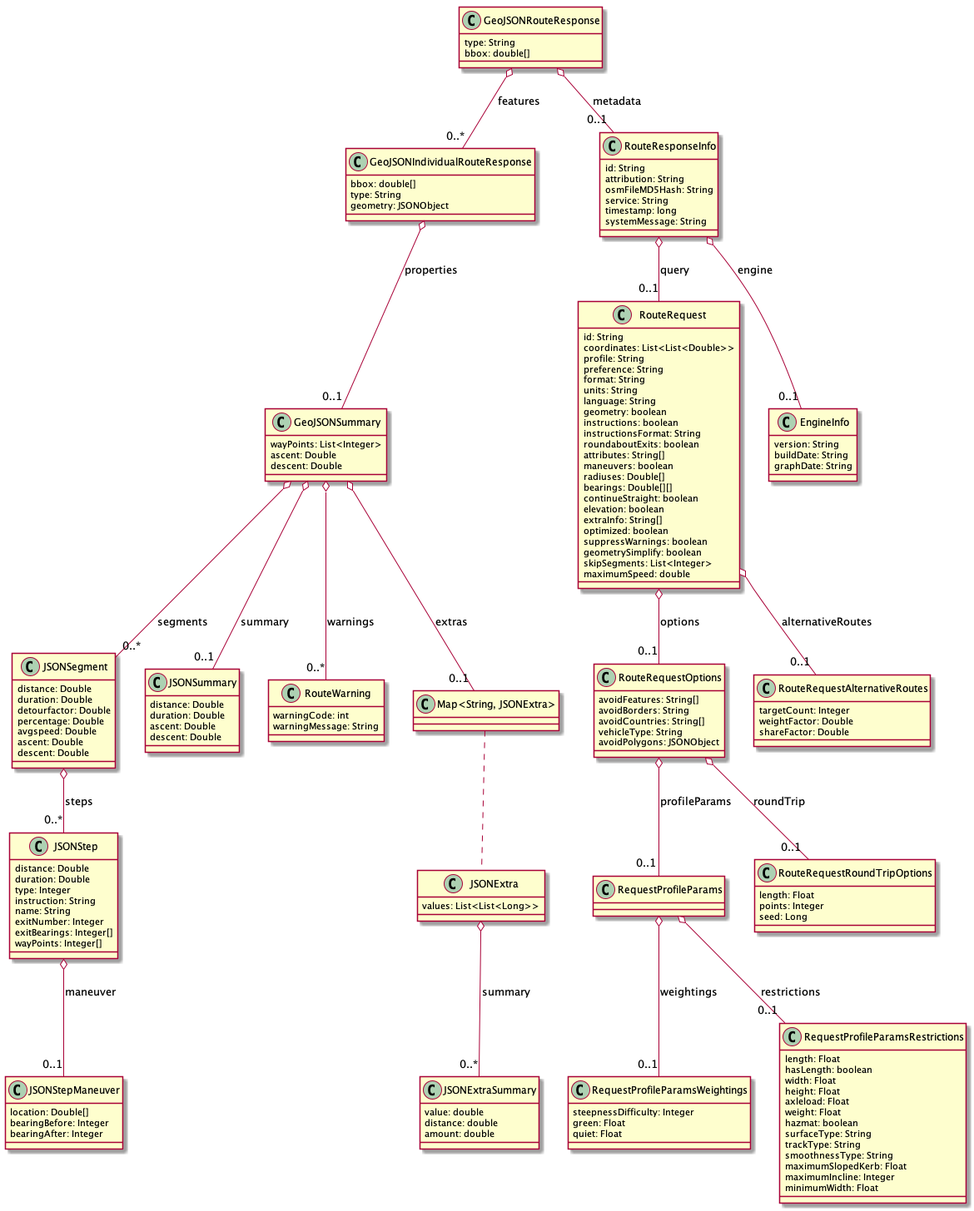
fahrgemeinschaft/ride-to-gtfs-converter keeps this PlantUML diagram as documentation/images/class_diagrams/routing_ors_response_model.png. Above is the earlier version.
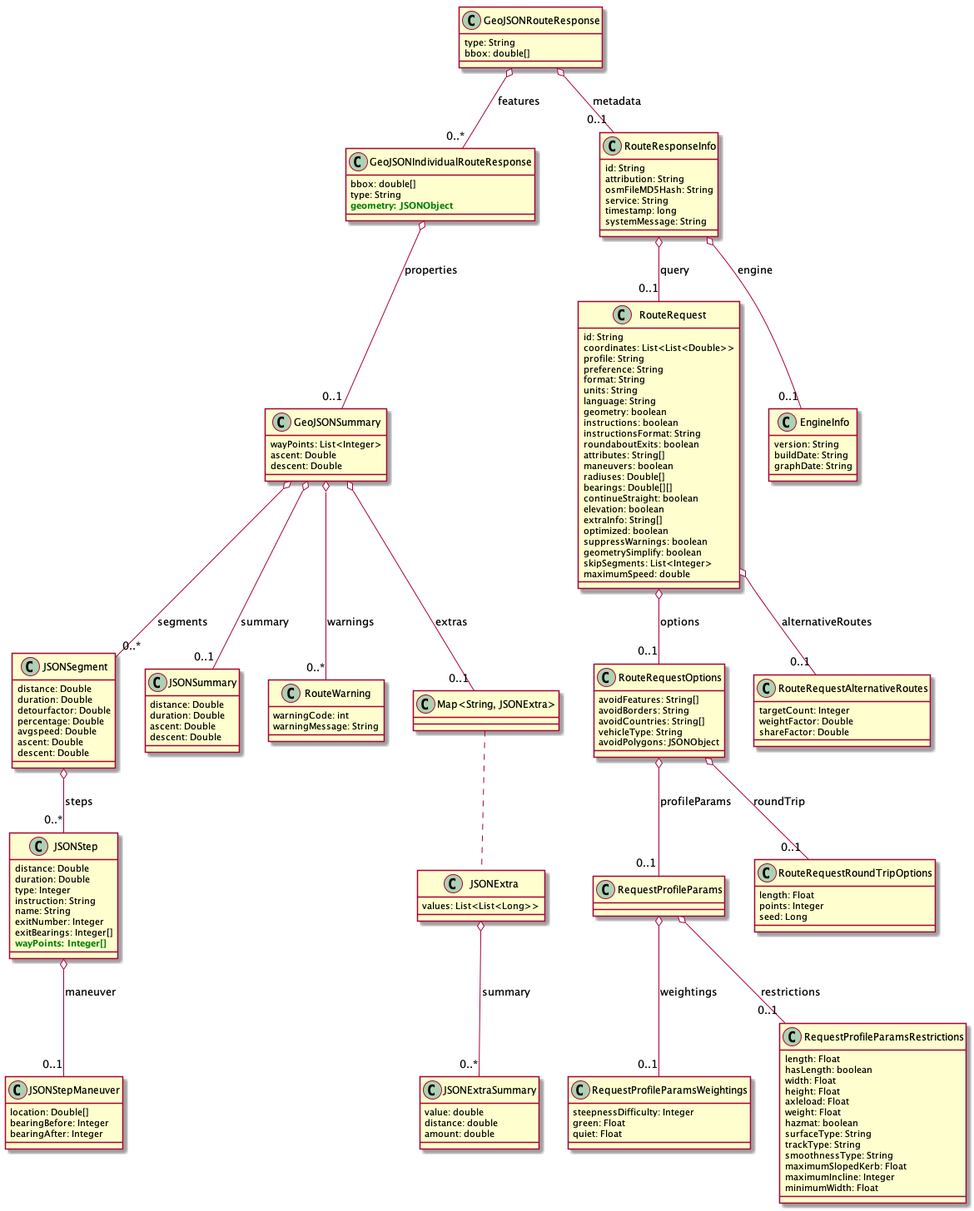
After the change.

Commit message:
with highlighting of the routing points

What changed in the source:
```diff
@@ -8,7 +8,7 @@
 class GeoJSONIndividualRouteResponse {
 bbox: double[]
 type: String
-geometry: JSONObject
+<b><color:green>geometry: JSONObject</color></b>
 }
 
 class GeoJSONSummary {
@@ -35,7 +35,7 @@
 name: String
 exitNumber: Integer
 exitBearings: Integer[]
-wayPoints: Integer[]
+<b><color:green>wayPoints: Integer[]</color></b>
 }
 
 
```
